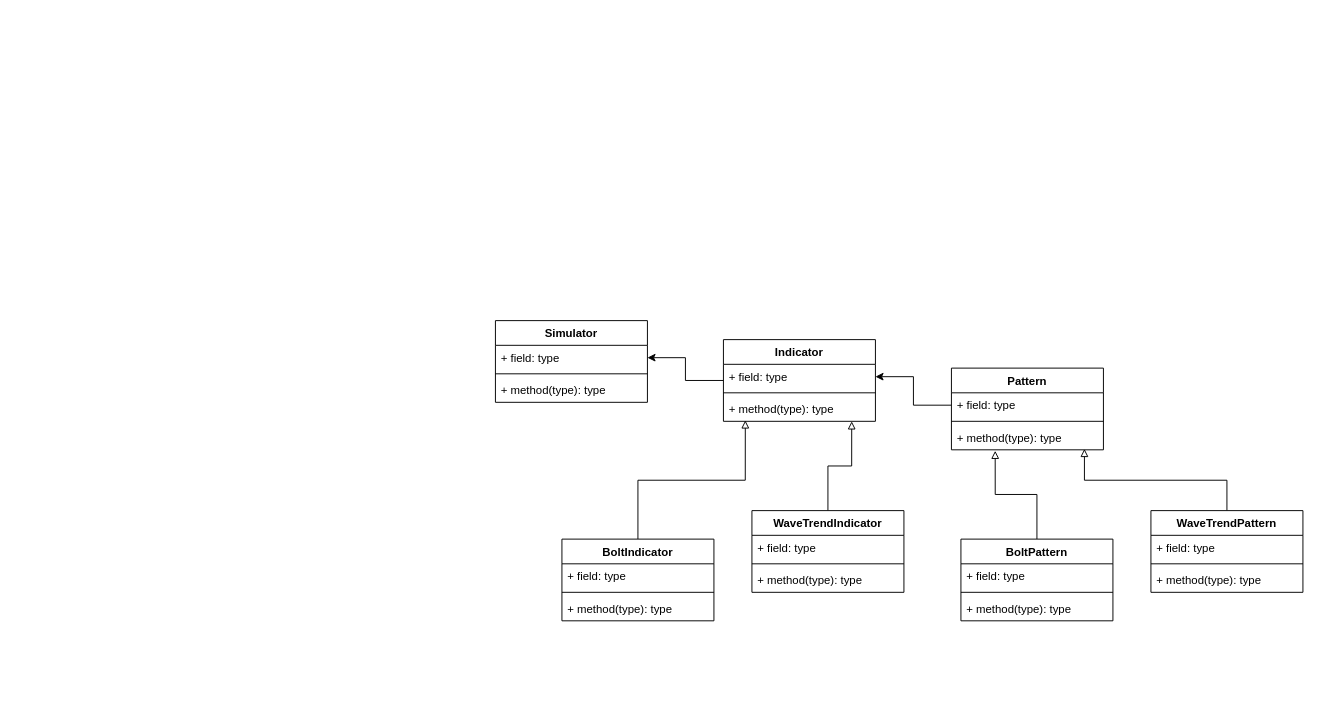
This is Docs/ClassDiagram.drawio from ruiz-salvat/morfeo, a draw.io file, before an edit. Source tidied: cells renumbered, new cells numbered last; positions are measured from the earlier drawing's top-left corner, leaving out a move shared by most shapes. Both pictures are drawn from the tidied source at 95%, with x=0, y=0 at pixel (495, 320).
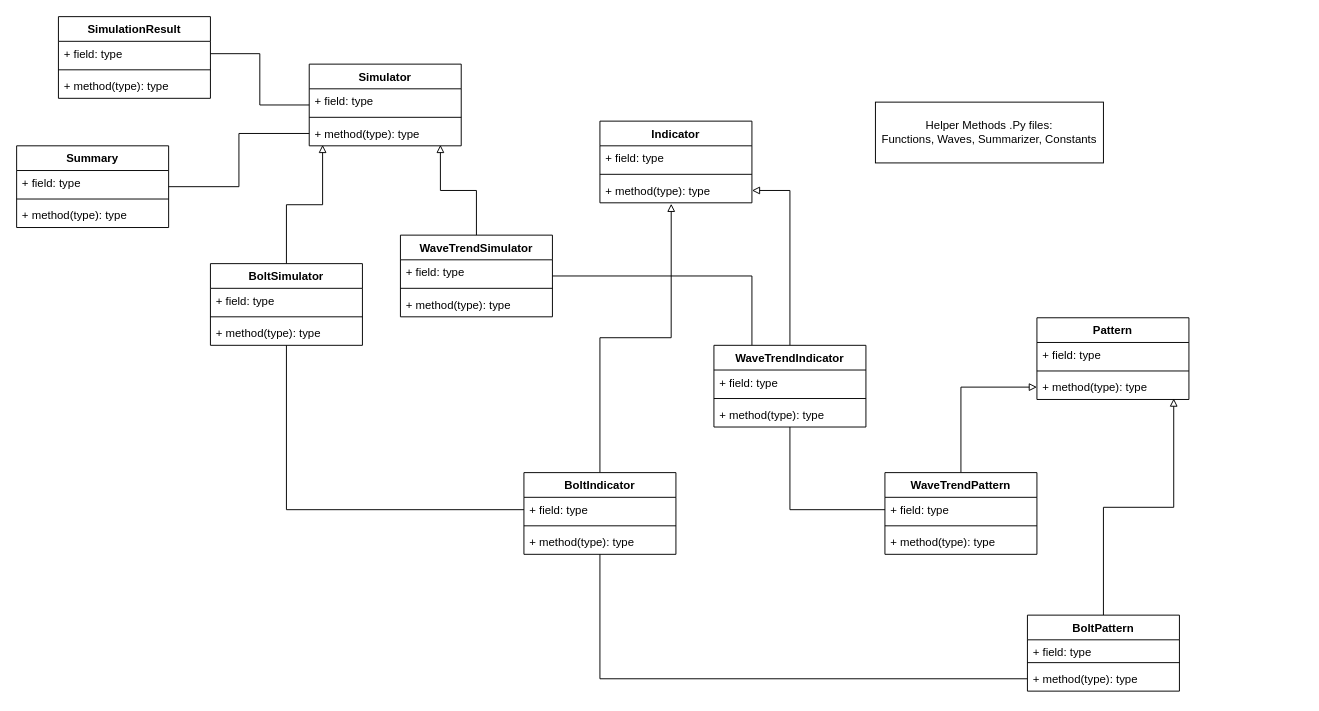
The same page after the edit.

The change refers to these unchanged cells:
```xml
<mxCell id="4" value="+ field: type" style="text;strokeColor=none;fillColor=none;align=left;verticalAlign=top;spacingLeft=4;spacingRight=4;overflow=hidden;points=[[0,0.5],[1,0.5]];portConstraint=eastwest;" parent="3" vertex="1">
  <mxGeometry y="26" width="160" height="26" as="geometry" />
</mxCell>
<mxCell id="6" value="+ method(type): type" style="text;strokeColor=none;fillColor=none;align=left;verticalAlign=top;spacingLeft=4;spacingRight=4;overflow=hidden;points=[[0,0.5],[1,0.5]];portConstraint=eastwest;" parent="3" vertex="1">
  <mxGeometry y="60" width="160" height="26" as="geometry" />
</mxCell>
<mxCell id="23" value="+ field: type" style="text;strokeColor=none;fillColor=none;align=left;verticalAlign=top;spacingLeft=4;spacingRight=4;overflow=hidden;points=[[0,0.5],[1,0.5]];portConstraint=eastwest;" parent="22" vertex="1">
  <mxGeometry y="26" width="160" height="26" as="geometry" />
</mxCell>
<mxCell id="28" value="+ field: type" style="text;strokeColor=none;fillColor=none;align=left;verticalAlign=top;spacingLeft=4;spacingRight=4;overflow=hidden;points=[[0,0.5],[1,0.5]];portConstraint=eastwest;" parent="27" vertex="1">
  <mxGeometry y="26" width="160" height="26" as="geometry" />
</mxCell>
```

What changed in the source:
```diff
@@
-    <mxCell id="2" style="edgeStyle=orthogonalEdgeStyle;rounded=0;jettySize=auto;html=1;entryX=1;entryY=0.5;entryDx=0;entryDy=0;" parent="1" edge="1" source="3" target="8">
-      <mxGeometry relative="1" as="geometry" />
-    </mxCell>
+    <mxCell id="16" style="edgeStyle=orthogonalEdgeStyle;rounded=0;jettySize=auto;html=1;entryX=0.9;entryY=0.962;entryDx=0;entryDy=0;entryPerimeter=0;endArrow=block;endFill=0;" parent="1" edge="1" source="17" target="14">
+      <mxGeometry relative="1" as="geometry" />
+    </mxCell>
+    <mxCell id="21" style="edgeStyle=orthogonalEdgeStyle;rounded=0;jettySize=auto;html=1;entryX=0;entryY=0.5;entryDx=0;entryDy=0;endArrow=block;endFill=0;" parent="1" edge="1" source="22" target="14">
+      <mxGeometry relative="1" as="geometry" />
+    </mxCell>
+    <mxCell id="26" style="edgeStyle=orthogonalEdgeStyle;rounded=0;jettySize=auto;html=1;entryX=0.469;entryY=1.038;entryDx=0;entryDy=0;endArrow=block;endFill=0;entryPerimeter=0;" parent="1" edge="1" source="27" target="6">
+      <mxGeometry relative="1" as="geometry" />
+    </mxCell>
+    <mxCell id="31" style="edgeStyle=orthogonalEdgeStyle;rounded=0;jettySize=auto;html=1;entryX=1;entryY=0.5;entryDx=0;entryDy=0;endArrow=block;endFill=0;" parent="1" edge="1" source="32" target="6">
+      <mxGeometry relative="1" as="geometry" />
+    </mxCell>
+    <mxCell id="36" style="edgeStyle=orthogonalEdgeStyle;rounded=0;jettySize=auto;html=1;entryX=0.088;entryY=0.962;entryDx=0;entryDy=0;entryPerimeter=0;endArrow=block;endFill=0;" parent="1" edge="1" source="42" target="10">
+      <mxGeometry relative="1" as="geometry" />
+    </mxCell>
+    <mxCell id="37" style="edgeStyle=orthogonalEdgeStyle;rounded=0;jettySize=auto;html=1;entryX=0.863;entryY=0.962;entryDx=0;entryDy=0;entryPerimeter=0;endArrow=block;endFill=0;" parent="1" edge="1" source="46" target="10">
+      <mxGeometry relative="1" as="geometry" />
+    </mxCell>
+    <mxCell id="38" style="edgeStyle=orthogonalEdgeStyle;rounded=0;jettySize=auto;html=1;entryX=0;entryY=0.5;entryDx=0;entryDy=0;endArrow=none;endFill=0;" parent="1" edge="1" source="42" target="28">
+      <mxGeometry relative="1" as="geometry" />
+    </mxCell>
+    <mxCell id="39" style="edgeStyle=orthogonalEdgeStyle;rounded=0;jettySize=auto;html=1;entryX=0.25;entryY=0;entryDx=0;entryDy=0;endArrow=none;endFill=0;" parent="1" edge="1" source="46" target="32">
+      <mxGeometry relative="1" as="geometry" />
+    </mxCell>
+    <mxCell id="40" style="edgeStyle=orthogonalEdgeStyle;rounded=0;jettySize=auto;html=1;entryX=0;entryY=0.5;entryDx=0;entryDy=0;endArrow=none;endFill=0;" parent="1" edge="1" source="32" target="23">
+      <mxGeometry relative="1" as="geometry" />
+    </mxCell>
+    <mxCell id="41" style="edgeStyle=orthogonalEdgeStyle;rounded=0;jettySize=auto;html=1;entryX=0;entryY=0.5;entryDx=0;entryDy=0;endArrow=none;endFill=0;" parent="1" edge="1" source="27" target="20">
+      <mxGeometry relative="1" as="geometry" />
+    </mxCell>
+    <mxCell id="11" value="Pattern" style="swimlane;fontStyle=1;align=center;verticalAlign=top;horizontal=1;startSize=26;" parent="1" vertex="1">
+      <mxGeometry x="570" y="-3" width="160" height="86" as="geometry" />
+    </mxCell>
+    <mxCell id="12" value="+ field: type" style="text;strokeColor=none;fillColor=none;align=left;verticalAlign=top;spacingLeft=4;spacingRight=4;overflow=hidden;points=[[0,0.5],[1,0.5]];portConstraint=eastwest;" parent="11" vertex="1">
+      <mxGeometry y="26" width="160" height="26" as="geometry" />
+    </mxCell>
+    <mxCell id="13" style="line;strokeWidth=1;fillColor=none;align=left;verticalAlign=middle;spacingTop=-1;spacingLeft=3;spacingRight=3;labelPosition=right;" parent="11" vertex="1">
+      <mxGeometry y="52" width="160" height="8" as="geometry" />
+    </mxCell>
+    <mxCell id="14" value="+ method(type): type" style="text;strokeColor=none;fillColor=none;align=left;verticalAlign=top;spacingLeft=4;spacingRight=4;overflow=hidden;points=[[0,0.5],[1,0.5]];portConstraint=eastwest;" parent="11" vertex="1">
+      <mxGeometry y="60" width="160" height="26" as="geometry" />
+    </mxCell>
+    <mxCell id="42" value="BoltSimulator" style="swimlane;fontStyle=1;align=center;verticalAlign=top;horizontal=1;startSize=26;" parent="1" vertex="1">
+      <mxGeometry x="-300" y="-60" width="160" height="86" as="geometry" />
+    </mxCell>
+    <mxCell id="43" value="+ field: type" style="text;strokeColor=none;fillColor=none;align=left;verticalAlign=top;spacingLeft=4;spacingRight=4;overflow=hidden;" parent="42" vertex="1">
+      <mxGeometry y="26" width="160" height="26" as="geometry" />
+    </mxCell>
+    <mxCell id="44" style="line;strokeWidth=1;fillColor=none;align=left;verticalAlign=middle;spacingTop=-1;spacingLeft=3;spacingRight=3;labelPosition=right;" parent="42" vertex="1">
+      <mxGeometry y="52" width="160" height="8" as="geometry" />
+    </mxCell>
+    <mxCell id="45" value="+ method(type): type" style="text;strokeColor=none;fillColor=none;align=left;verticalAlign=top;spacingLeft=4;spacingRight=4;overflow=hidden;" parent="42" vertex="1">
+      <mxGeometry y="60" width="160" height="26" as="geometry" />
+    </mxCell>
+    <mxCell id="46" value="WaveTrendSimulator" style="swimlane;fontStyle=1;align=center;verticalAlign=top;horizontal=1;startSize=26;" parent="1" vertex="1">
+      <mxGeometry x="-100" y="-90" width="160" height="86" as="geometry" />
+    </mxCell>
+    <mxCell id="47" value="+ field: type" style="text;strokeColor=none;fillColor=none;align=left;verticalAlign=top;spacingLeft=4;spacingRight=4;overflow=hidden;" parent="46" vertex="1">
+      <mxGeometry y="26" width="160" height="26" as="geometry" />
+    </mxCell>
+    <mxCell id="48" style="line;strokeWidth=1;fillColor=none;align=left;verticalAlign=middle;spacingTop=-1;spacingLeft=3;spacingRight=3;labelPosition=right;" parent="46" vertex="1">
+      <mxGeometry y="52" width="160" height="8" as="geometry" />
+    </mxCell>
+    <mxCell id="49" value="+ method(type): type" style="text;strokeColor=none;fillColor=none;align=left;verticalAlign=top;spacingLeft=4;spacingRight=4;overflow=hidden;" parent="46" vertex="1">
+      <mxGeometry y="60" width="160" height="26" as="geometry" />
+    </mxCell>
+    <mxCell id="50" style="edgeStyle=orthogonalEdgeStyle;rounded=0;jettySize=auto;html=1;entryX=1;entryY=0.5;entryDx=0;entryDy=0;endArrow=none;endFill=0;" parent="1" edge="1" source="7" target="58">
+      <mxGeometry relative="1" as="geometry" />
+    </mxCell>
+    <mxCell id="7" value="Simulator" style="swimlane;fontStyle=1;align=center;verticalAlign=top;horizontal=1;startSize=26;" parent="1" vertex="1">
+      <mxGeometry x="-196" y="-270" width="160" height="86" as="geometry" />
+    </mxCell>
+    <mxCell id="8" value="+ field: type" style="text;strokeColor=none;fillColor=none;align=left;verticalAlign=top;spacingLeft=4;spacingRight=4;overflow=hidden;points=[[0,0.5],[1,0.5]];portConstraint=eastwest;" parent="7" vertex="1">
+      <mxGeometry y="26" width="160" height="26" as="geometry" />
+    </mxCell>
+    <mxCell id="9" style="line;strokeWidth=1;fillColor=none;align=left;verticalAlign=middle;spacingTop=-1;spacingLeft=3;spacingRight=3;labelPosition=right;" parent="7" vertex="1">
+      <mxGeometry y="52" width="160" height="8" as="geometry" />
+    </mxCell>
+    <mxCell id="10" value="+ method(type): type" style="text;strokeColor=none;fillColor=none;align=left;verticalAlign=top;spacingLeft=4;spacingRight=4;overflow=hidden;points=[[0,0.5],[1,0.5]];portConstraint=eastwest;" parent="7" vertex="1">
+      <mxGeometry y="60" width="160" height="26" as="geometry" />
+    </mxCell>
     <mxCell id="3" value="Indicator" style="swimlane;fontStyle=1;align=center;verticalAlign=top;horizontal=1;startSize=26;" parent="1" vertex="1">
-      <mxGeometry x="240" y="20" width="160" height="86" as="geometry" />
+      <mxGeometry x="110" y="-210" width="160" height="86" as="geometry" />
     </mxCell>
@@
-    <mxCell id="7" value="Simulator" style="swimlane;fontStyle=1;align=center;verticalAlign=top;horizontal=1;startSize=26;" parent="1" vertex="1">
-      <mxGeometry width="160" height="86" as="geometry" />
-    </mxCell>
-    <mxCell id="8" value="+ field: type" style="text;strokeColor=none;fillColor=none;align=left;verticalAlign=top;spacingLeft=4;spacingRight=4;overflow=hidden;points=[[0,0.5],[1,0.5]];portConstraint=eastwest;" parent="7" vertex="1">
-      <mxGeometry y="26" width="160" height="26" as="geometry" />
-    </mxCell>
-    <mxCell id="9" style="line;strokeWidth=1;fillColor=none;align=left;verticalAlign=middle;spacingTop=-1;spacingLeft=3;spacingRight=3;labelPosition=right;" parent="7" vertex="1">
-      <mxGeometry y="52" width="160" height="8" as="geometry" />
-    </mxCell>
-    <mxCell id="10" value="+ method(type): type" style="text;strokeColor=none;fillColor=none;align=left;verticalAlign=top;spacingLeft=4;spacingRight=4;overflow=hidden;points=[[0,0.5],[1,0.5]];portConstraint=eastwest;" parent="7" vertex="1">
-      <mxGeometry y="60" width="160" height="26" as="geometry" />
-    </mxCell>
-    <mxCell id="11" value="Pattern" style="swimlane;fontStyle=1;align=center;verticalAlign=top;horizontal=1;startSize=26;" parent="1" vertex="1">
-      <mxGeometry x="480" y="50" width="160" height="86" as="geometry" />
-    </mxCell>
-    <mxCell id="12" value="+ field: type" style="text;strokeColor=none;fillColor=none;align=left;verticalAlign=top;spacingLeft=4;spacingRight=4;overflow=hidden;points=[[0,0.5],[1,0.5]];portConstraint=eastwest;" parent="11" vertex="1">
-      <mxGeometry y="26" width="160" height="26" as="geometry" />
-    </mxCell>
-    <mxCell id="13" style="line;strokeWidth=1;fillColor=none;align=left;verticalAlign=middle;spacingTop=-1;spacingLeft=3;spacingRight=3;labelPosition=right;" parent="11" vertex="1">
-      <mxGeometry y="52" width="160" height="8" as="geometry" />
-    </mxCell>
-    <mxCell id="14" value="+ method(type): type" style="text;strokeColor=none;fillColor=none;align=left;verticalAlign=top;spacingLeft=4;spacingRight=4;overflow=hidden;points=[[0,0.5],[1,0.5]];portConstraint=eastwest;" parent="11" vertex="1">
-      <mxGeometry y="60" width="160" height="26" as="geometry" />
-    </mxCell>
-    <mxCell id="15" style="edgeStyle=orthogonalEdgeStyle;rounded=0;jettySize=auto;html=1;entryX=1;entryY=0.5;entryDx=0;entryDy=0;" parent="1" edge="1" source="12" target="4">
-      <mxGeometry relative="1" as="geometry" />
-    </mxCell>
-    <mxCell id="16" style="edgeStyle=orthogonalEdgeStyle;rounded=0;jettySize=auto;html=1;entryX=0.288;entryY=1.038;entryDx=0;entryDy=0;entryPerimeter=0;endArrow=block;endFill=0;" parent="1" edge="1" source="17" target="14">
-      <mxGeometry relative="1" as="geometry" />
-    </mxCell>
+    <mxCell id="51" value="Helper Methods .Py files:&lt;br&gt;Functions, Waves, Summarizer, Constants" style="rounded=0;whiteSpace=wrap;html=1;" parent="1" vertex="1">
+      <mxGeometry x="400" y="-230" width="240" height="64" as="geometry" />
+    </mxCell>
+    <mxCell id="52" style="edgeStyle=orthogonalEdgeStyle;rounded=0;jettySize=auto;html=1;entryX=0;entryY=0.5;entryDx=0;entryDy=0;endArrow=none;endFill=0;" parent="1" edge="1" source="53" target="10">
+      <mxGeometry relative="1" as="geometry" />
+    </mxCell>
     <mxCell id="17" value="BoltPattern" style="swimlane;fontStyle=1;align=center;verticalAlign=top;horizontal=1;startSize=26;" parent="1" vertex="1">
-      <mxGeometry x="490" y="230" width="160" height="86" as="geometry" />
+      <mxGeometry x="560" y="310" width="160" height="80" as="geometry" />
     </mxCell>
     <mxCell id="18" value="+ field: type" style="text;strokeColor=none;fillColor=none;align=left;verticalAlign=top;spacingLeft=4;spacingRight=4;overflow=hidden;" parent="17" vertex="1">
-      <mxGeometry y="26" width="160" height="26" as="geometry" />
+      <mxGeometry y="26" width="160" height="20" as="geometry" />
     </mxCell>
     <mxCell id="19" style="line;strokeWidth=1;fillColor=none;align=left;verticalAlign=middle;spacingTop=-1;spacingLeft=3;spacingRight=3;labelPosition=right;" parent="17" vertex="1">
-      <mxGeometry y="52" width="160" height="8" as="geometry" />
+      <mxGeometry y="46" width="160" height="8" as="geometry" />
     </mxCell>
     <mxCell id="20" value="+ method(type): type" style="text;strokeColor=none;fillColor=none;align=left;verticalAlign=top;spacingLeft=4;spacingRight=4;overflow=hidden;points=[[0,0.5],[1,0.5]];portConstraint=eastwest;" parent="17" vertex="1">
-      <mxGeometry y="60" width="160" height="26" as="geometry" />
+      <mxGeometry y="54" width="160" height="26" as="geometry" />
     </mxCell>
-    <mxCell id="21" style="edgeStyle=orthogonalEdgeStyle;rounded=0;jettySize=auto;html=1;entryX=0.875;entryY=0.962;entryDx=0;entryDy=0;entryPerimeter=0;endArrow=block;endFill=0;" parent="1" edge="1" source="22" target="14">
-      <mxGeometry relative="1" as="geometry" />
-    </mxCell>
     <mxCell id="22" value="WaveTrendPattern" style="swimlane;fontStyle=1;align=center;verticalAlign=top;horizontal=1;startSize=26;" parent="1" vertex="1">
-      <mxGeometry x="690" y="200" width="160" height="86" as="geometry" />
+      <mxGeometry x="410" y="160" width="160" height="86" as="geometry" />
     </mxCell>
@@
-    <mxCell id="26" style="edgeStyle=orthogonalEdgeStyle;rounded=0;jettySize=auto;html=1;entryX=0.144;entryY=0.962;entryDx=0;entryDy=0;entryPerimeter=0;endArrow=block;endFill=0;" parent="1" edge="1" source="27" target="6">
-      <mxGeometry relative="1" as="geometry" />
-    </mxCell>
+    <mxCell id="32" value="WaveTrendIndicator" style="swimlane;fontStyle=1;align=center;verticalAlign=top;horizontal=1;startSize=26;" parent="1" vertex="1">
+      <mxGeometry x="230" y="26" width="160" height="86" as="geometry" />
+    </mxCell>
+    <mxCell id="33" value="+ field: type" style="text;strokeColor=none;fillColor=none;align=left;verticalAlign=top;spacingLeft=4;spacingRight=4;overflow=hidden;" parent="32" vertex="1">
+      <mxGeometry y="26" width="160" height="26" as="geometry" />
+    </mxCell>
+    <mxCell id="34" style="line;strokeWidth=1;fillColor=none;align=left;verticalAlign=middle;spacingTop=-1;spacingLeft=3;spacingRight=3;labelPosition=right;" parent="32" vertex="1">
+      <mxGeometry y="52" width="160" height="8" as="geometry" />
+    </mxCell>
+    <mxCell id="35" value="+ method(type): type" style="text;strokeColor=none;fillColor=none;align=left;verticalAlign=top;spacingLeft=4;spacingRight=4;overflow=hidden;" parent="32" vertex="1">
+      <mxGeometry y="60" width="160" height="26" as="geometry" />
+    </mxCell>
     <mxCell id="27" value="BoltIndicator" style="swimlane;fontStyle=1;align=center;verticalAlign=top;horizontal=1;startSize=26;" parent="1" vertex="1">
-      <mxGeometry x="70" y="230" width="160" height="86" as="geometry" />
+      <mxGeometry x="30" y="160" width="160" height="86" as="geometry" />
     </mxCell>
@@
-    <mxCell id="31" style="edgeStyle=orthogonalEdgeStyle;rounded=0;jettySize=auto;html=1;entryX=0.844;entryY=1;entryDx=0;entryDy=0;entryPerimeter=0;endArrow=block;endFill=0;" parent="1" edge="1" source="32" target="6">
-      <mxGeometry relative="1" as="geometry" />
-    </mxCell>
-    <mxCell id="32" value="WaveTrendIndicator" style="swimlane;fontStyle=1;align=center;verticalAlign=top;horizontal=1;startSize=26;" parent="1" vertex="1">
-      <mxGeometry x="270" y="200" width="160" height="86" as="geometry" />
-    </mxCell>
-    <mxCell id="33" value="+ field: type" style="text;strokeColor=none;fillColor=none;align=left;verticalAlign=top;spacingLeft=4;spacingRight=4;overflow=hidden;" parent="32" vertex="1">
-      <mxGeometry y="26" width="160" height="26" as="geometry" />
-    </mxCell>
-    <mxCell id="34" style="line;strokeWidth=1;fillColor=none;align=left;verticalAlign=middle;spacingTop=-1;spacingLeft=3;spacingRight=3;labelPosition=right;" parent="32" vertex="1">
-      <mxGeometry y="52" width="160" height="8" as="geometry" />
-    </mxCell>
-    <mxCell id="35" value="+ method(type): type" style="text;strokeColor=none;fillColor=none;align=left;verticalAlign=top;spacingLeft=4;spacingRight=4;overflow=hidden;" parent="32" vertex="1">
-      <mxGeometry y="60" width="160" height="26" as="geometry" />
-    </mxCell>
+    <mxCell id="53" value="Summary" style="swimlane;fontStyle=1;align=center;verticalAlign=top;horizontal=1;startSize=26;" parent="1" vertex="1">
+      <mxGeometry x="-504" y="-184" width="160" height="86" as="geometry" />
+    </mxCell>
+    <mxCell id="54" value="+ field: type" style="text;strokeColor=none;fillColor=none;align=left;verticalAlign=top;spacingLeft=4;spacingRight=4;overflow=hidden;" parent="53" vertex="1">
+      <mxGeometry y="26" width="160" height="26" as="geometry" />
+    </mxCell>
+    <mxCell id="55" style="line;strokeWidth=1;fillColor=none;align=left;verticalAlign=middle;spacingTop=-1;spacingLeft=3;spacingRight=3;labelPosition=right;" parent="53" vertex="1">
+      <mxGeometry y="52" width="160" height="8" as="geometry" />
+    </mxCell>
+    <mxCell id="56" value="+ method(type): type" style="text;strokeColor=none;fillColor=none;align=left;verticalAlign=top;spacingLeft=4;spacingRight=4;overflow=hidden;" parent="53" vertex="1">
+      <mxGeometry y="60" width="160" height="26" as="geometry" />
+    </mxCell>
+    <mxCell id="57" value="SimulationResult" style="swimlane;fontStyle=1;align=center;verticalAlign=top;horizontal=1;startSize=26;" parent="1" vertex="1">
+      <mxGeometry x="-460" y="-320" width="160" height="86" as="geometry" />
+    </mxCell>
+    <mxCell id="58" value="+ field: type" style="text;strokeColor=none;fillColor=none;align=left;verticalAlign=top;spacingLeft=4;spacingRight=4;overflow=hidden;points=[[0,0.5],[1,0.5]];portConstraint=eastwest;" parent="57" vertex="1">
+      <mxGeometry y="26" width="160" height="26" as="geometry" />
+    </mxCell>
+    <mxCell id="59" style="line;strokeWidth=1;fillColor=none;align=left;verticalAlign=middle;spacingTop=-1;spacingLeft=3;spacingRight=3;labelPosition=right;" parent="57" vertex="1">
+      <mxGeometry y="52" width="160" height="8" as="geometry" />
+    </mxCell>
+    <mxCell id="60" value="+ method(type): type" style="text;strokeColor=none;fillColor=none;align=left;verticalAlign=top;spacingLeft=4;spacingRight=4;overflow=hidden;" parent="57" vertex="1">
+      <mxGeometry y="60" width="160" height="26" as="geometry" />
+    </mxCell>
```
